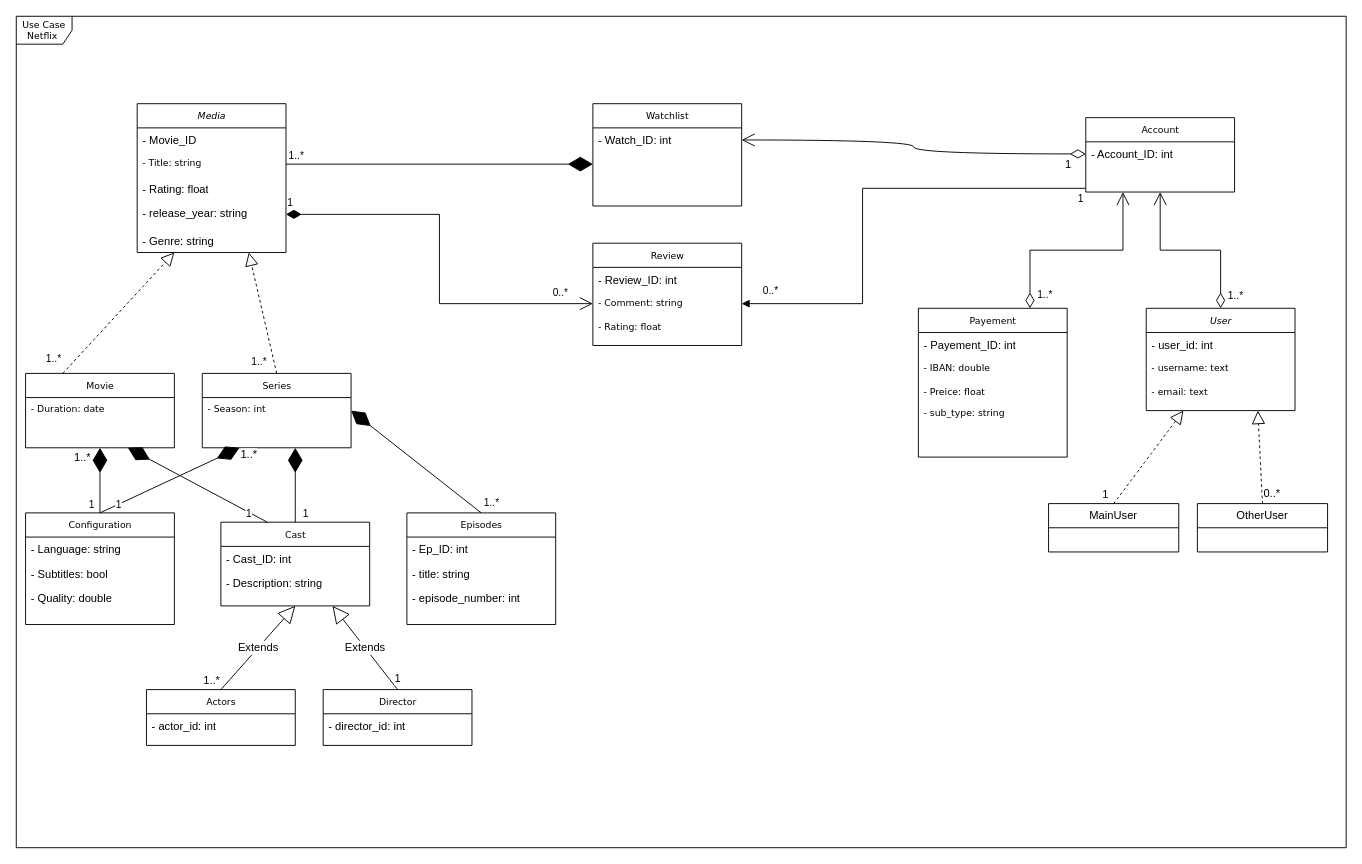
The draw.io diagram draw_io/uml_data_eng_project_1.drawio in KevinGarrison/DataEngineeringProjects, before the edit. Source tidied: cells renumbered, new cells numbered last; positions are measured from the earlier drawing's top-left corner, leaving out a move shared by most shapes. Both pictures are drawn from the tidied source at 93%, with x=0, y=0 at pixel (16, 16).
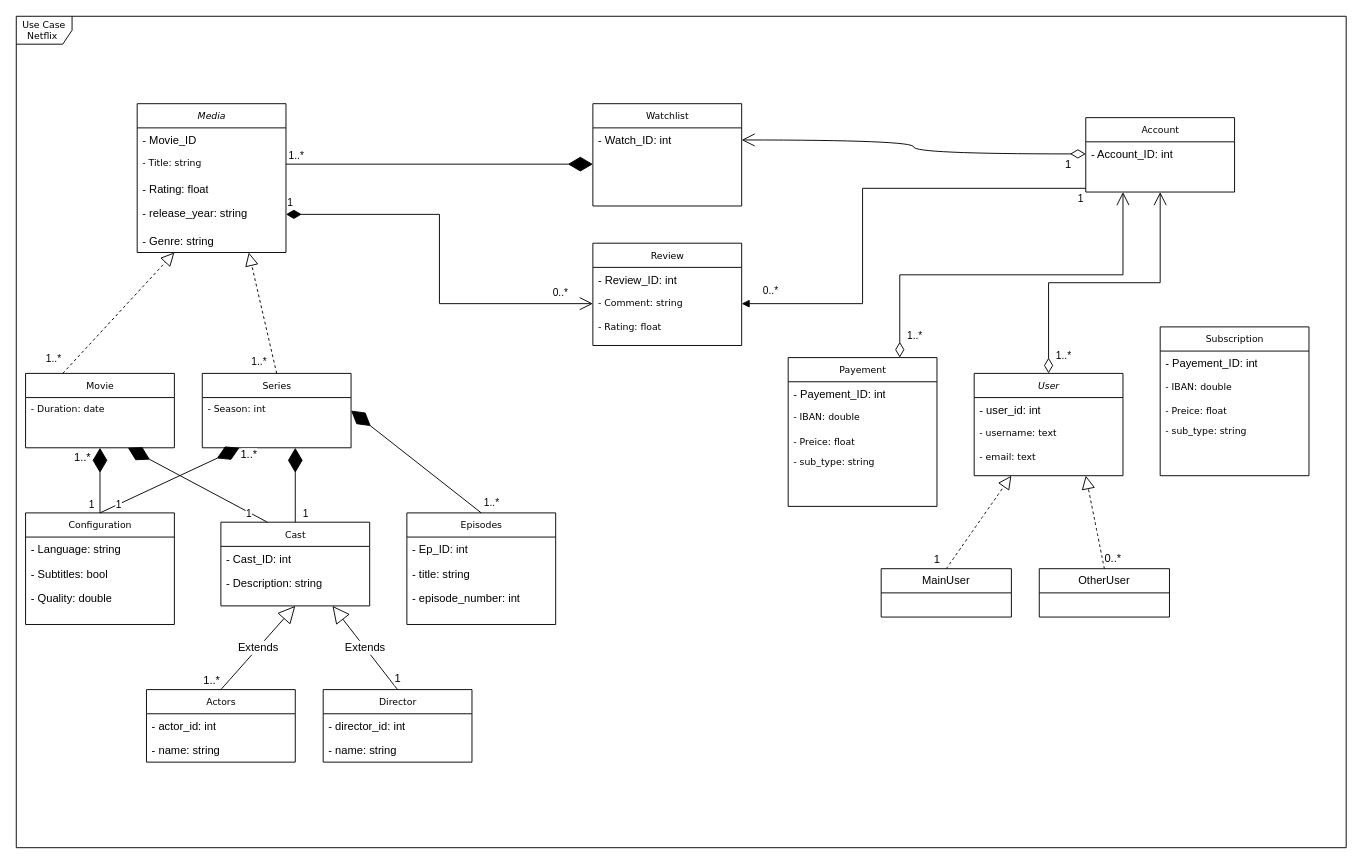
After the change.

Diff of the diagram source:
```diff
@@
     <mxCell id="25" value="Director" style="swimlane;html=1;fontStyle=0;horizontal=1;startSize=26;fillColor=none;swimlaneFillColor=#ffffff;rounded=0;shadow=0;comic=0;labelBackgroundColor=none;strokeWidth=1;fontFamily=Verdana;fontSize=10;align=center;" parent="1" vertex="1">
-      <mxGeometry x="330" y="724" width="160" height="60" as="geometry" />
+      <mxGeometry x="330" y="724" width="160" height="78" as="geometry" />
     </mxCell>
@@
+    <mxCell id="84" value="- name: string" style="text;html=1;strokeColor=none;fillColor=none;align=left;verticalAlign=top;spacingLeft=4;spacingRight=4;whiteSpace=wrap;overflow=hidden;" parent="25" vertex="1">
+      <mxGeometry y="52" width="160" height="26" as="geometry" />
+    </mxCell>
     <mxCell id="27" value="Actors" style="swimlane;html=1;fontStyle=0;horizontal=1;startSize=26;fillColor=none;swimlaneFillColor=#ffffff;rounded=0;shadow=0;comic=0;labelBackgroundColor=none;strokeWidth=1;fontFamily=Verdana;fontSize=10;align=center;" parent="1" vertex="1">
-      <mxGeometry x="140" y="724" width="160" height="60" as="geometry" />
+      <mxGeometry x="140" y="724" width="160" height="78" as="geometry" />
     </mxCell>
@@
+    <mxCell id="85" value="-&amp;nbsp;&lt;span style=&quot;background-color: initial;&quot;&gt;name: string&lt;/span&gt;&lt;div&gt;&lt;div&gt;&lt;br&gt;&lt;/div&gt;&lt;/div&gt;" style="text;html=1;strokeColor=none;fillColor=none;align=left;verticalAlign=top;spacingLeft=4;spacingRight=4;whiteSpace=wrap;overflow=hidden;" parent="27" vertex="1">
+      <mxGeometry y="52" width="160" height="26" as="geometry" />
+    </mxCell>
@@
     <mxCell id="32" value="&lt;i&gt;User&lt;/i&gt;" style="swimlane;html=1;fontStyle=0;horizontal=1;startSize=26;fillColor=none;swimlaneFillColor=#ffffff;rounded=0;shadow=0;comic=0;labelBackgroundColor=none;strokeWidth=1;fontFamily=Verdana;fontSize=10;align=center;" parent="1" vertex="1">
-      <mxGeometry x="1215" y="314" width="160" height="110" as="geometry" />
+      <mxGeometry x="1030" y="384" width="160" height="110" as="geometry" />
     </mxCell>
@@
     <mxCell id="36" value="Payement" style="swimlane;html=1;fontStyle=0;horizontal=1;startSize=26;fillColor=none;swimlaneFillColor=#ffffff;rounded=0;shadow=0;comic=0;labelBackgroundColor=none;strokeWidth=1;fontFamily=Verdana;fontSize=10;align=center;" parent="1" vertex="1">
-      <mxGeometry x="970" y="314" width="160" height="160" as="geometry" />
+      <mxGeometry x="830" y="367" width="160" height="160" as="geometry" />
     </mxCell>
@@
     <mxCell id="65" value="MainUser" style="swimlane;fontStyle=0;horizontal=1;startSize=26;fillColor=none;whiteSpace=wrap;html=1;" parent="1" vertex="1">
-      <mxGeometry x="1110" y="524" width="140" height="52" as="geometry" />
+      <mxGeometry x="930" y="594" width="140" height="52" as="geometry" />
     </mxCell>
     <mxCell id="66" value="OtherUser" style="swimlane;fontStyle=0;horizontal=1;startSize=26;fillColor=none;whiteSpace=wrap;html=1;" parent="1" vertex="1">
-      <mxGeometry x="1270" y="524" width="140" height="52" as="geometry" />
+      <mxGeometry x="1100" y="594" width="140" height="52" as="geometry" />
     </mxCell>
@@
+    <mxCell id="86" value="Subscription" style="swimlane;html=1;fontStyle=0;horizontal=1;startSize=26;fillColor=none;swimlaneFillColor=#ffffff;rounded=0;shadow=0;comic=0;labelBackgroundColor=none;strokeWidth=1;fontFamily=Verdana;fontSize=10;align=center;" parent="1" vertex="1">
+      <mxGeometry x="1230" y="334" width="160" height="160" as="geometry" />
+    </mxCell>
+    <mxCell id="87" value="- Payement_ID: int" style="text;html=1;strokeColor=none;fillColor=none;align=left;verticalAlign=top;spacingLeft=4;spacingRight=4;whiteSpace=wrap;overflow=hidden;" parent="86" vertex="1">
+      <mxGeometry y="26" width="160" height="26" as="geometry" />
+    </mxCell>
+    <mxCell id="88" value="- IBAN: double" style="text;html=1;strokeColor=none;fillColor=none;align=left;verticalAlign=top;spacingLeft=4;spacingRight=4;whiteSpace=wrap;overflow=hidden;fontFamily=Verdana;fontSize=10;fontColor=default;fontStyle=0;labelBackgroundColor=none;" parent="86" vertex="1">
+      <mxGeometry y="52" width="160" height="26" as="geometry" />
+    </mxCell>
+    <mxCell id="89" value="- Preice: float" style="text;html=1;strokeColor=none;fillColor=none;align=left;verticalAlign=top;spacingLeft=4;spacingRight=4;whiteSpace=wrap;overflow=hidden;fontFamily=Verdana;fontSize=10;fontColor=default;fontStyle=0;labelBackgroundColor=none;" parent="86" vertex="1">
+      <mxGeometry y="78" width="160" height="22" as="geometry" />
+    </mxCell>
+    <mxCell id="90" value="- sub_type: string" style="text;html=1;strokeColor=none;fillColor=none;align=left;verticalAlign=top;spacingLeft=4;spacingRight=4;whiteSpace=wrap;overflow=hidden;fontFamily=Verdana;fontSize=10;fontColor=default;fontStyle=0;labelBackgroundColor=none;" parent="86" vertex="1">
+      <mxGeometry y="100" width="160" height="26" as="geometry" />
+    </mxCell>
```
